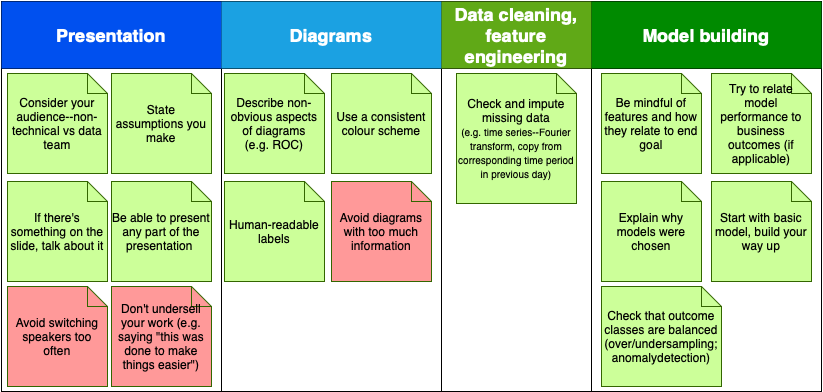
This is Project_2_presentations.png from christinarudolf/images, a draw.io export, as it was before one commit. Source tidied: cells renumbered, new cells last; positions are measured from the earlier drawing's top-left corner, leaving out a move shared by most shapes. Source of this version:
```xml
<mxGraphModel>
  <root>
    <mxCell id="0" />
    <mxCell id="1" parent="0" />
    <mxCell id="2" style="shape=table;startSize=0;perimeterSpacing=3;" parent="1" vertex="1">
      <mxGeometry width="820" height="390" as="geometry" />
    </mxCell>
    <mxCell id="3" style="shape=partialRectangle;fillColor=none;top=0;left=0;bottom=0;right=0;" parent="2" vertex="1">
      <mxGeometry width="820" height="67" as="geometry" />
    </mxCell>
    <mxCell id="4" value="&lt;b&gt;&lt;font style=&quot;font-size: 18px&quot;&gt;Presentation&lt;/font&gt;&lt;/b&gt;" style="shape=partialRectangle;html=1;whiteSpace=wrap;overflow=hidden;fillColor=#0050ef;top=0;left=0;bottom=0;right=0;strokeColor=#001DBC;fontColor=#ffffff;strokeWidth=3;perimeterSpacing=3;" parent="3" vertex="1">
      <mxGeometry width="220" height="67" as="geometry" />
    </mxCell>
    <mxCell id="5" value="&lt;b&gt;&lt;font style=&quot;font-size: 18px&quot;&gt;Diagrams&lt;/font&gt;&lt;/b&gt;" style="shape=partialRectangle;html=1;whiteSpace=wrap;overflow=hidden;fillColor=#1ba1e2;top=0;left=0;bottom=0;right=0;strokeColor=#006EAF;fontColor=#ffffff;strokeWidth=3;" parent="3" vertex="1">
      <mxGeometry x="220" width="220" height="67" as="geometry" />
    </mxCell>
    <mxCell id="6" value="&lt;b&gt;&lt;font style=&quot;font-size: 18px&quot;&gt;Data cleaning, feature engineering&lt;/font&gt;&lt;/b&gt;" style="shape=partialRectangle;html=1;whiteSpace=wrap;overflow=hidden;fillColor=#60a917;top=0;left=0;bottom=0;right=0;strokeColor=#2D7600;fontColor=#ffffff;" parent="3" vertex="1">
      <mxGeometry x="440" width="150" height="67" as="geometry" />
    </mxCell>
    <mxCell id="7" value="&lt;b&gt;&lt;font style=&quot;font-size: 18px&quot;&gt;Model building&lt;/font&gt;&lt;/b&gt;" style="shape=partialRectangle;html=1;whiteSpace=wrap;overflow=hidden;fillColor=#008a00;top=0;left=0;bottom=0;right=0;fontColor=#ffffff;perimeterSpacing=3;strokeWidth=3;" parent="3" vertex="1">
      <mxGeometry x="590" width="230" height="67" as="geometry" />
    </mxCell>
    <mxCell id="8" style="shape=partialRectangle;fillColor=none;top=0;left=0;bottom=0;right=0;" parent="2" vertex="1">
      <mxGeometry y="67" width="820" height="323" as="geometry" />
    </mxCell>
    <mxCell id="9" style="shape=partialRectangle;html=1;whiteSpace=wrap;overflow=hidden;fillColor=none;top=0;left=0;bottom=0;right=0;" parent="8" vertex="1">
      <mxGeometry width="220" height="323" as="geometry" />
    </mxCell>
    <mxCell id="10" style="shape=partialRectangle;html=1;whiteSpace=wrap;overflow=hidden;fillColor=none;top=0;left=0;bottom=0;right=0;" parent="8" vertex="1">
      <mxGeometry x="220" width="220" height="323" as="geometry" />
    </mxCell>
    <mxCell id="11" style="shape=partialRectangle;html=1;whiteSpace=wrap;overflow=hidden;fillColor=none;top=0;left=0;bottom=0;right=0;" parent="8" vertex="1">
      <mxGeometry x="440" width="150" height="323" as="geometry" />
    </mxCell>
    <mxCell id="12" style="shape=partialRectangle;html=1;whiteSpace=wrap;overflow=hidden;fillColor=none;top=0;left=0;bottom=0;right=0;" parent="8" vertex="1">
      <mxGeometry x="590" width="230" height="323" as="geometry" />
    </mxCell>
    <mxCell id="13" value="Describe non-obvious aspects of diagrams&lt;br&gt;(e.g. ROC)" style="shape=note;size=20;whiteSpace=wrap;html=1;strokeColor=#336600;fillColor=#CCFF99;" parent="1" vertex="1">
      <mxGeometry x="223" y="72" width="100" height="100" as="geometry" />
    </mxCell>
    <mxCell id="14" value="Use a consistent colour scheme" style="shape=note;size=20;whiteSpace=wrap;html=1;strokeColor=#336600;fillColor=#CCFF99;" parent="1" vertex="1">
      <mxGeometry x="330" y="72" width="100" height="100" as="geometry" />
    </mxCell>
    <mxCell id="15" value="Be mindful of features and how they relate to end goal" style="shape=note;size=20;whiteSpace=wrap;html=1;strokeColor=#336600;fillColor=#CCFF99;" parent="1" vertex="1">
      <mxGeometry x="600" y="72" width="100" height="100" as="geometry" />
    </mxCell>
    <mxCell id="16" value="Don't undersell your work (e.g. saying &quot;this was done to make things easier&quot;)" style="shape=note;size=20;whiteSpace=wrap;html=1;strokeColor=#336600;fillColor=#FF9999;" parent="1" vertex="1">
      <mxGeometry x="110" y="285" width="100" height="100" as="geometry" />
    </mxCell>
    <mxCell id="17" value="Consider your audience--non-technical vs data team" style="shape=note;size=20;whiteSpace=wrap;html=1;strokeColor=#336600;fillColor=#CCFF99;" parent="1" vertex="1">
      <mxGeometry x="6" y="72" width="100" height="100" as="geometry" />
    </mxCell>
    <mxCell id="18" value="Check and impute missing data&lt;br&gt;&lt;font style=&quot;font-size: 10px&quot;&gt;(e.g. time series--Fourier transform, copy from corresponding time period in previous day)&lt;/font&gt;" style="shape=note;size=20;whiteSpace=wrap;html=1;strokeColor=#336600;fillColor=#CCFF99;" parent="1" vertex="1">
      <mxGeometry x="455" y="72" width="120" height="130" as="geometry" />
    </mxCell>
    <mxCell id="19" value="If there's something on the slide, talk about it" style="shape=note;size=20;whiteSpace=wrap;html=1;strokeColor=#336600;fillColor=#CCFF99;" parent="1" vertex="1">
      <mxGeometry x="6" y="180" width="100" height="100" as="geometry" />
    </mxCell>
    <mxCell id="20" value="Check that outcome classes are balanced (over/undersampling; anomalydetection)" style="shape=note;size=20;whiteSpace=wrap;html=1;strokeColor=#336600;fillColor=#CCFF99;" parent="1" vertex="1">
      <mxGeometry x="600" y="285" width="120" height="100" as="geometry" />
    </mxCell>
    <mxCell id="21" value="State assumptions you make" style="shape=note;size=20;whiteSpace=wrap;html=1;strokeColor=#336600;fillColor=#CCFF99;" parent="1" vertex="1">
      <mxGeometry x="110" y="72" width="100" height="100" as="geometry" />
    </mxCell>
    <mxCell id="22" value="Explain why models were chosen" style="shape=note;size=20;whiteSpace=wrap;html=1;strokeColor=#336600;fillColor=#CCFF99;" parent="1" vertex="1">
      <mxGeometry x="600" y="180" width="100" height="100" as="geometry" />
    </mxCell>
    <mxCell id="23" value="Avoid switching speakers too often" style="shape=note;size=20;whiteSpace=wrap;html=1;strokeColor=#336600;fillColor=#FF9999;" parent="1" vertex="1">
      <mxGeometry x="6" y="285" width="100" height="100" as="geometry" />
    </mxCell>
    <mxCell id="24" value="Be able to present any part of the presentation&amp;nbsp;" style="shape=note;size=20;whiteSpace=wrap;html=1;strokeColor=#336600;fillColor=#CCFF99;" parent="1" vertex="1">
      <mxGeometry x="110" y="180" width="100" height="100" as="geometry" />
    </mxCell>
    <mxCell id="25" value="Try to relate model performance to business outcomes (if applicable)" style="shape=note;size=20;whiteSpace=wrap;html=1;strokeColor=#336600;fillColor=#CCFF99;" parent="1" vertex="1">
      <mxGeometry x="710" y="72" width="100" height="100" as="geometry" />
    </mxCell>
    <mxCell id="26" value="Avoid diagrams with too much information" style="shape=note;size=20;whiteSpace=wrap;html=1;strokeColor=#336600;fillColor=#FF9999;" parent="1" vertex="1">
      <mxGeometry x="330" y="180" width="100" height="100" as="geometry" />
    </mxCell>
    <mxCell id="27" value="Human-readable labels" style="shape=note;size=20;whiteSpace=wrap;html=1;strokeColor=#336600;fillColor=#CCFF99;" parent="1" vertex="1">
      <mxGeometry x="223" y="180" width="100" height="100" as="geometry" />
    </mxCell>
    <mxCell id="28" value="Start with basic model, build your way up" style="shape=note;size=20;whiteSpace=wrap;html=1;strokeColor=#336600;fillColor=#CCFF99;" parent="1" vertex="1">
      <mxGeometry x="710" y="180" width="100" height="100" as="geometry" />
    </mxCell>
  </root>
</mxGraphModel>
```
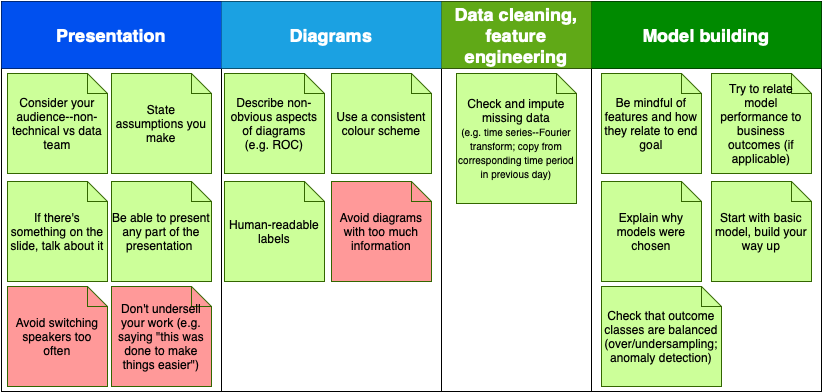
Later version of the same file.

Diff of the diagram source:
```diff
@@ -50,13 +50,13 @@
     <mxCell id="17" value="Consider your audience--non-technical vs data team" style="shape=note;size=20;whiteSpace=wrap;html=1;strokeColor=#336600;fillColor=#CCFF99;" parent="1" vertex="1">
       <mxGeometry x="6" y="72" width="100" height="100" as="geometry" />
     </mxCell>
-    <mxCell id="18" value="Check and impute missing data&lt;br&gt;&lt;font style=&quot;font-size: 10px&quot;&gt;(e.g. time series--Fourier transform, copy from corresponding time period in previous day)&lt;/font&gt;" style="shape=note;size=20;whiteSpace=wrap;html=1;strokeColor=#336600;fillColor=#CCFF99;" parent="1" vertex="1">
+    <mxCell id="18" value="Check and impute missing data&lt;br&gt;&lt;font style=&quot;font-size: 10px&quot;&gt;(e.g. time series--Fourier transform; copy from corresponding time period in previous day)&lt;/font&gt;" style="shape=note;size=20;whiteSpace=wrap;html=1;strokeColor=#336600;fillColor=#CCFF99;" parent="1" vertex="1">
       <mxGeometry x="455" y="72" width="120" height="130" as="geometry" />
     </mxCell>
     <mxCell id="19" value="If there's something on the slide, talk about it" style="shape=note;size=20;whiteSpace=wrap;html=1;strokeColor=#336600;fillColor=#CCFF99;" parent="1" vertex="1">
       <mxGeometry x="6" y="180" width="100" height="100" as="geometry" />
     </mxCell>
-    <mxCell id="20" value="Check that outcome classes are balanced (over/undersampling; anomalydetection)" style="shape=note;size=20;whiteSpace=wrap;html=1;strokeColor=#336600;fillColor=#CCFF99;" parent="1" vertex="1">
+    <mxCell id="20" value="Check that outcome classes are balanced (over/undersampling; anomaly detection)" style="shape=note;size=20;whiteSpace=wrap;html=1;strokeColor=#336600;fillColor=#CCFF99;" parent="1" vertex="1">
       <mxGeometry x="600" y="285" width="120" height="100" as="geometry" />
     </mxCell>
     <mxCell id="21" value="State assumptions you make" style="shape=note;size=20;whiteSpace=wrap;html=1;strokeColor=#336600;fillColor=#CCFF99;" parent="1" vertex="1">
```
